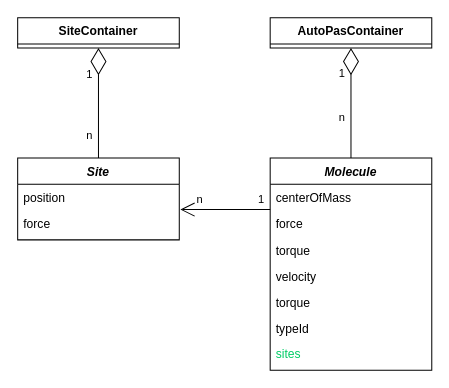
penguincarol/rattle keeps this draw.io diagram as approach2.drawio. Above is the earlier version. Source tidied: cells renumbered, new cells numbered last; positions are measured from the earlier drawing's top-left corner, leaving out a move shared by most shapes. Both pictures are drawn from the tidied source at 101%, with x=0, y=0 at pixel (17, 17).
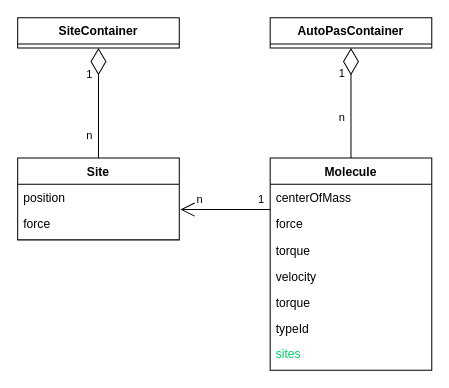
The same page after the edit.

Diff of the diagram source:
```diff
@@
-    <mxCell id="2" value="Site" style="swimlane;fontStyle=3;align=center;verticalAlign=top;horizontal=1;startSize=26;rounded=0;shadow=0;strokeWidth=1;" parent="1" vertex="1">
+    <mxCell id="2" value="Site" style="swimlane;fontStyle=1;align=center;verticalAlign=top;horizontal=1;startSize=26;rounded=0;shadow=0;strokeWidth=1;" parent="1" vertex="1">
       <mxGeometry y="139" width="160" height="81" as="geometry" />
     </mxCell>
@@
-    <mxCell id="9" value="Molecule" style="swimlane;fontStyle=3;align=center;verticalAlign=top;horizontal=1;startSize=26;rounded=0;shadow=0;strokeWidth=1;" parent="1" vertex="1">
+    <mxCell id="9" value="Molecule" style="swimlane;fontStyle=1;align=center;verticalAlign=top;horizontal=1;startSize=26;rounded=0;shadow=0;strokeWidth=1;" parent="1" vertex="1">
       <mxGeometry x="250" y="139" width="160" height="210" as="geometry" />
     </mxCell>
```
